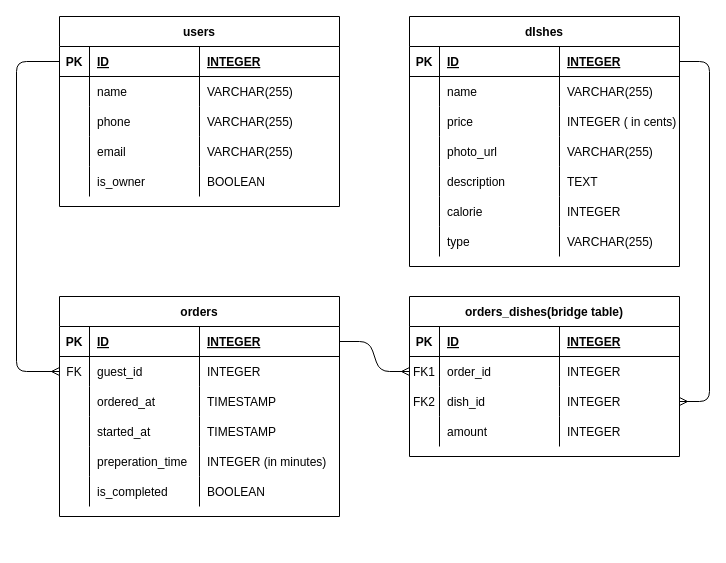
The draw.io diagram planning/ERD.drawio in xli52/pizza_king, before the edit. Source tidied: cells renumbered, new cells numbered last; positions are measured from the earlier drawing's top-left corner, leaving out a move shared by most shapes. Both pictures are drawn from the tidied source at 100%, with x=0, y=0 at pixel (16, 16).
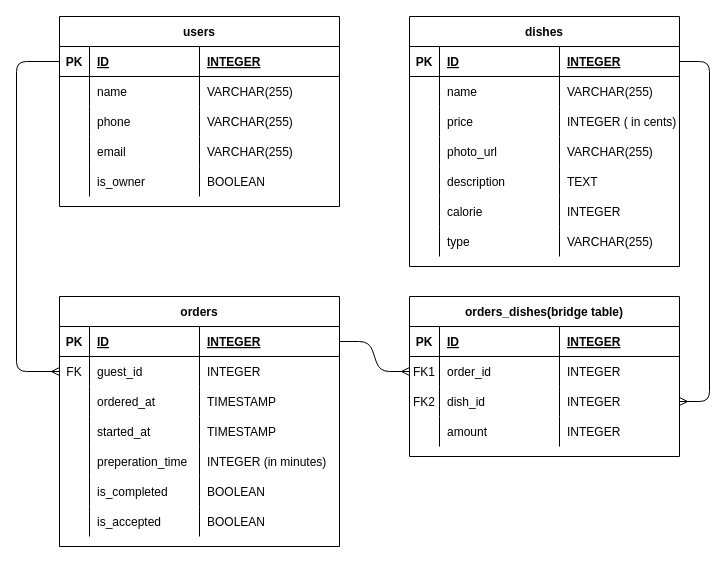
The same page after the edit.

Diff of the diagram source:
```diff
@@
-    <mxCell id="23" value="dIshes" style="shape=table;startSize=30;childLayout=tableLayout;rowLines=0;fontStyle=1;align=center;" parent="1" vertex="1">
+    <mxCell id="23" value="dishes" style="shape=table;startSize=30;childLayout=tableLayout;rowLines=0;fontStyle=1;align=center;" parent="1" vertex="1">
       <mxGeometry x="393" width="270" height="250" as="geometry" />
     </mxCell>
@@
     <mxCell id="52" value="orders" style="shape=table;startSize=30;childLayout=tableLayout;rowLines=0;fontStyle=1;align=center;" parent="1" vertex="1">
-      <mxGeometry x="43" y="280" width="280" height="220" as="geometry" />
+      <mxGeometry x="43" y="280" width="280" height="250" as="geometry" />
     </mxCell>
@@
+    <mxCell id="97" style="shape=partialRectangle;fillColor=none;top=0;left=0;bottom=0;right=0;" parent="52" vertex="1">
+      <mxGeometry y="210" width="280" height="30" as="geometry" />
+    </mxCell>
+    <mxCell id="98" style="shape=partialRectangle;fillColor=none;top=0;left=0;bottom=0;right=0;overflow=hidden;" parent="97" vertex="1">
+      <mxGeometry width="30" height="30" as="geometry" />
+    </mxCell>
+    <mxCell id="99" value="is_accepted" style="shape=partialRectangle;fillColor=none;top=0;left=0;bottom=0;right=0;align=left;spacingLeft=6;overflow=hidden;" parent="97" vertex="1">
+      <mxGeometry x="30" width="110" height="30" as="geometry" />
+    </mxCell>
+    <mxCell id="100" value="BOOLEAN" style="shape=partialRectangle;fillColor=none;top=0;left=0;bottom=0;right=0;align=left;spacingLeft=6;overflow=hidden;" parent="97" vertex="1">
+      <mxGeometry x="140" width="140" height="30" as="geometry" />
+    </mxCell>
```
